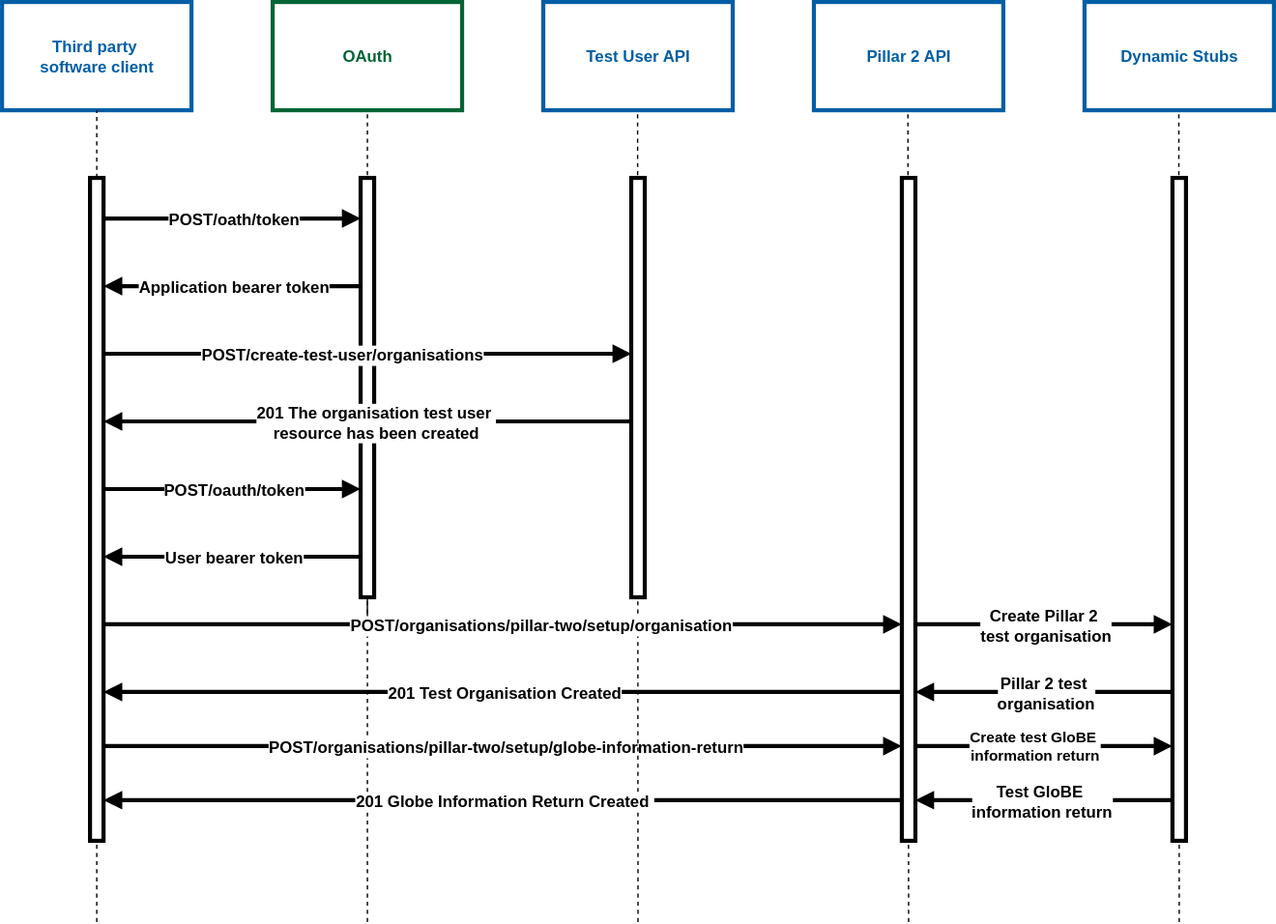
The draw.io diagram source/documentation/figures/test-organisation-sequence.svg in hmrc/pillar2-service-guide, before a commit. Source tidied: cells renumbered, new cells last; positions are measured from the earlier drawing's top-left corner, leaving out a move shared by most shapes.
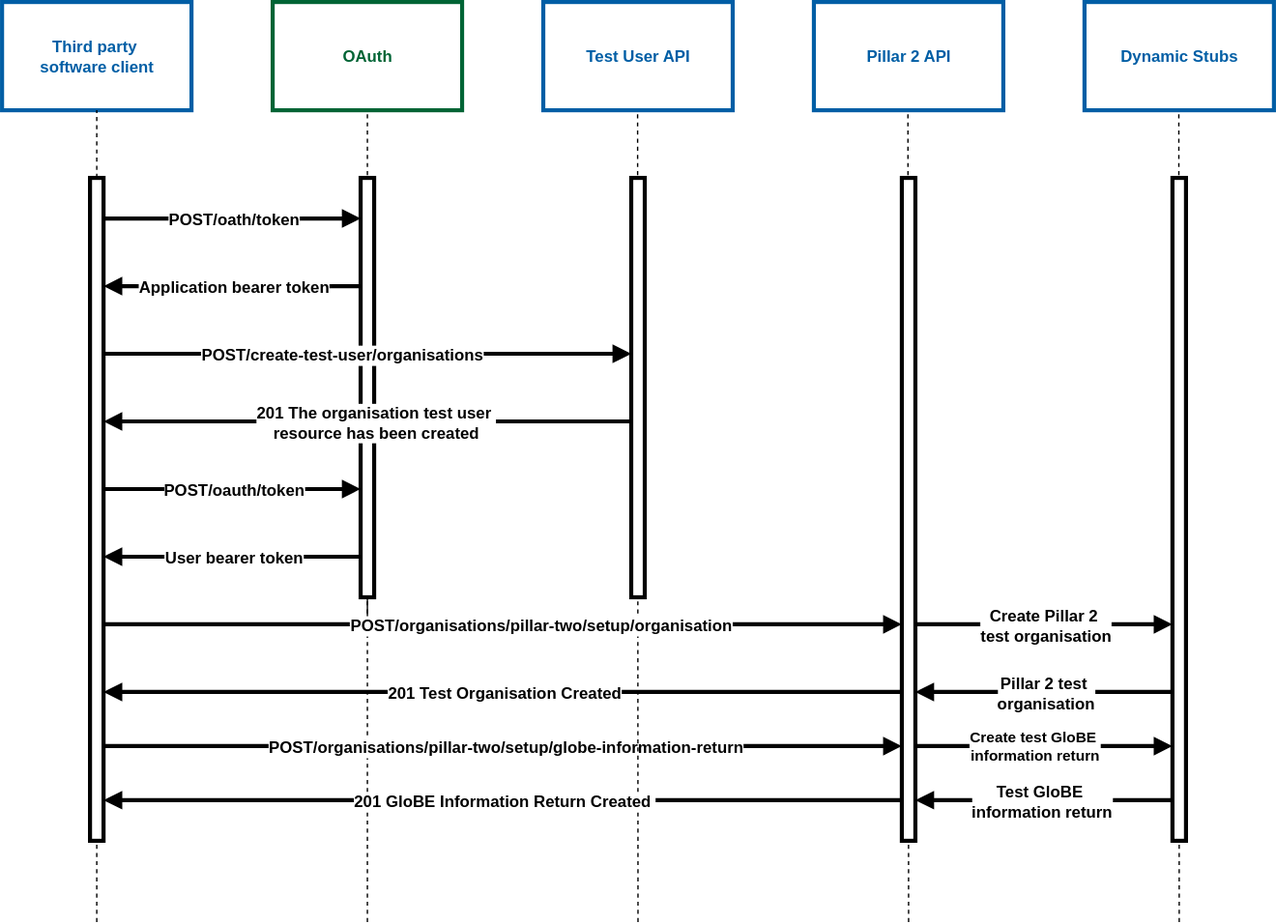
After the commit.

Commit message:
Test setup diagram updated

The edit, as a diff of the source:
```diff
@@ -159,7 +159,7 @@
         <mxPoint x="75" y="590" as="sourcePoint" />
       </mxGeometry>
     </mxCell>
-    <mxCell id="34" value="201 Globe Information Return Created&amp;nbsp;" style="edgeLabel;html=1;align=center;verticalAlign=middle;fontStyle=1;fontSize=12;" parent="33" vertex="1">
+    <mxCell id="34" value="201 GloBE Information Return Created&amp;nbsp;" style="edgeLabel;html=1;align=center;verticalAlign=middle;fontStyle=1;fontSize=12;" parent="33" vertex="1">
       <mxGeometry relative="1" as="geometry" />
     </mxCell>
     <mxCell id="35" style="endArrow=block;html=1;rounded=0;strokeWidth=3;endFill=1;" parent="1" edge="1" source="46" target="30">
```
